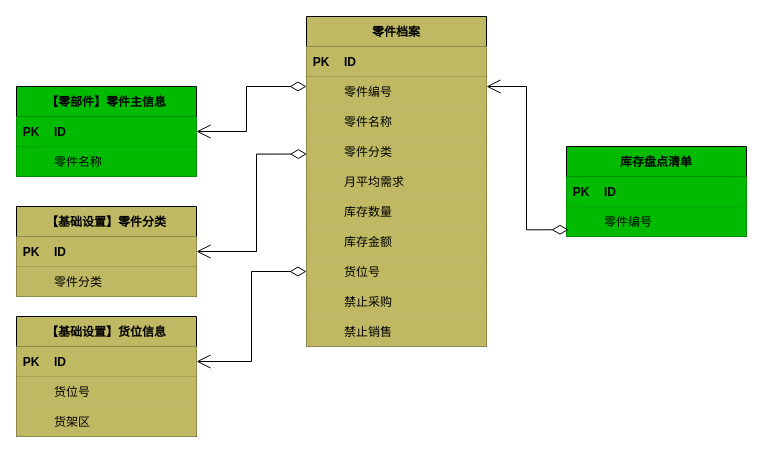
Above: page "零件档案管理-聚合根" (4 of 4) of 库存管理-零件档案管理.drawio in 1132489442/gitRepository1 (draw.io), before the change. Source tidied: cells renumbered, new cells numbered last; positions are measured from the earlier drawing's top-left corner, leaving out a move shared by most shapes. Both pictures are drawn from the tidied source at 100%, with x=0, y=0 at pixel (16, 16).
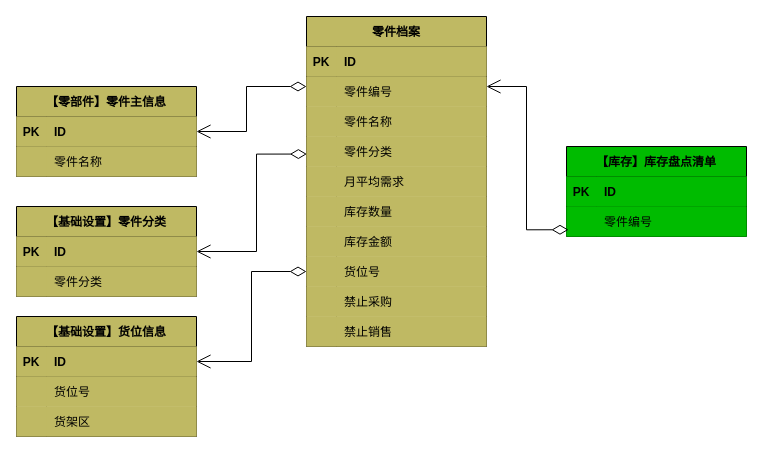
The same diagram, later.

The edit, as a diff of the source:
```diff
@@
-    <mxCell id="12" value="【零部件】零件主信息" style="shape=table;startSize=30;childLayout=tableLayout;rowLines=0;fontStyle=1;align=center;fillColor=#00BB00;" parent="1" vertex="1">
+    <mxCell id="12" value="【零部件】零件主信息" style="shape=table;startSize=30;childLayout=tableLayout;rowLines=0;fontStyle=1;align=center;fillColor=#BFB963;" parent="1" vertex="1">
       <mxGeometry y="70" width="180" height="90" as="geometry" />
     </mxCell>
-    <mxCell id="13" style="shape=tableRow;horizontal=0;startSize=0;swimlaneHead=0;swimlaneBody=0;fillColor=#00BB00;points=[[0,0.5],[1,0.5]];portConstraint=eastwest;top=0;left=0;right=0;bottom=1;" parent="12" vertex="1">
+    <mxCell id="13" style="shape=tableRow;horizontal=0;startSize=0;swimlaneHead=0;swimlaneBody=0;fillColor=#BFB963;points=[[0,0.5],[1,0.5]];portConstraint=eastwest;top=0;left=0;right=0;bottom=1;" parent="12" vertex="1">
       <mxGeometry y="30" width="180" height="30" as="geometry" />
     </mxCell>
-    <mxCell id="14" value="PK" style="shape=partialRectangle;fillColor=#00BB00;top=0;left=0;bottom=0;right=0;fontStyle=1;overflow=hidden;" parent="13" vertex="1">
+    <mxCell id="14" value="PK" style="shape=partialRectangle;fillColor=#BFB963;top=0;left=0;bottom=0;right=0;fontStyle=1;overflow=hidden;" parent="13" vertex="1">
       <mxGeometry width="30" height="30" as="geometry" />
     </mxCell>
-    <mxCell id="15" value="ID" style="shape=partialRectangle;fillColor=#00BB00;top=0;left=0;bottom=0;right=0;align=left;spacingLeft=6;fontStyle=1;overflow=hidden;" parent="13" vertex="1">
+    <mxCell id="15" value="ID" style="shape=partialRectangle;fillColor=#BFB963;top=0;left=0;bottom=0;right=0;align=left;spacingLeft=6;fontStyle=1;overflow=hidden;" parent="13" vertex="1">
       <mxGeometry x="30" width="150" height="30" as="geometry" />
     </mxCell>
-    <mxCell id="16" style="shape=tableRow;horizontal=0;startSize=0;swimlaneHead=0;swimlaneBody=0;fillColor=#00BB00;top=0;left=0;right=0;bottom=0;" parent="12" vertex="1">
+    <mxCell id="16" style="shape=tableRow;horizontal=0;startSize=0;swimlaneHead=0;swimlaneBody=0;fillColor=#BFB963;top=0;left=0;right=0;bottom=0;" parent="12" vertex="1">
       <mxGeometry y="60" width="180" height="30" as="geometry" />
     </mxCell>
-    <mxCell id="17" style="shape=partialRectangle;fillColor=#00BB00;top=0;left=0;bottom=0;right=0;overflow=hidden;" parent="16" vertex="1">
+    <mxCell id="17" style="shape=partialRectangle;fillColor=#BFB963;top=0;left=0;bottom=0;right=0;overflow=hidden;" parent="16" vertex="1">
       <mxGeometry width="30" height="30" as="geometry" />
     </mxCell>
-    <mxCell id="18" value="零件名称" style="shape=partialRectangle;fillColor=#00BB00;top=0;left=0;bottom=0;right=0;align=left;spacingLeft=6;overflow=hidden;" parent="16" vertex="1">
+    <mxCell id="18" value="零件名称" style="shape=partialRectangle;fillColor=#BFB963;top=0;left=0;bottom=0;right=0;align=left;spacingLeft=6;overflow=hidden;" parent="16" vertex="1">
       <mxGeometry x="30" width="150" height="30" as="geometry" />
     </mxCell>
@@
-    <mxCell id="60" value="库存盘点清单" style="shape=table;startSize=30;childLayout=tableLayout;rowLines=0;fontStyle=1;align=center;fillColor=#00BB00;" parent="1" vertex="1">
+    <mxCell id="60" value="【库存】库存盘点清单" style="shape=table;startSize=30;childLayout=tableLayout;rowLines=0;fontStyle=1;align=center;fillColor=#00BB00;" parent="1" vertex="1">
       <mxGeometry x="550" y="130" width="180" height="90" as="geometry" />
     </mxCell>
```
